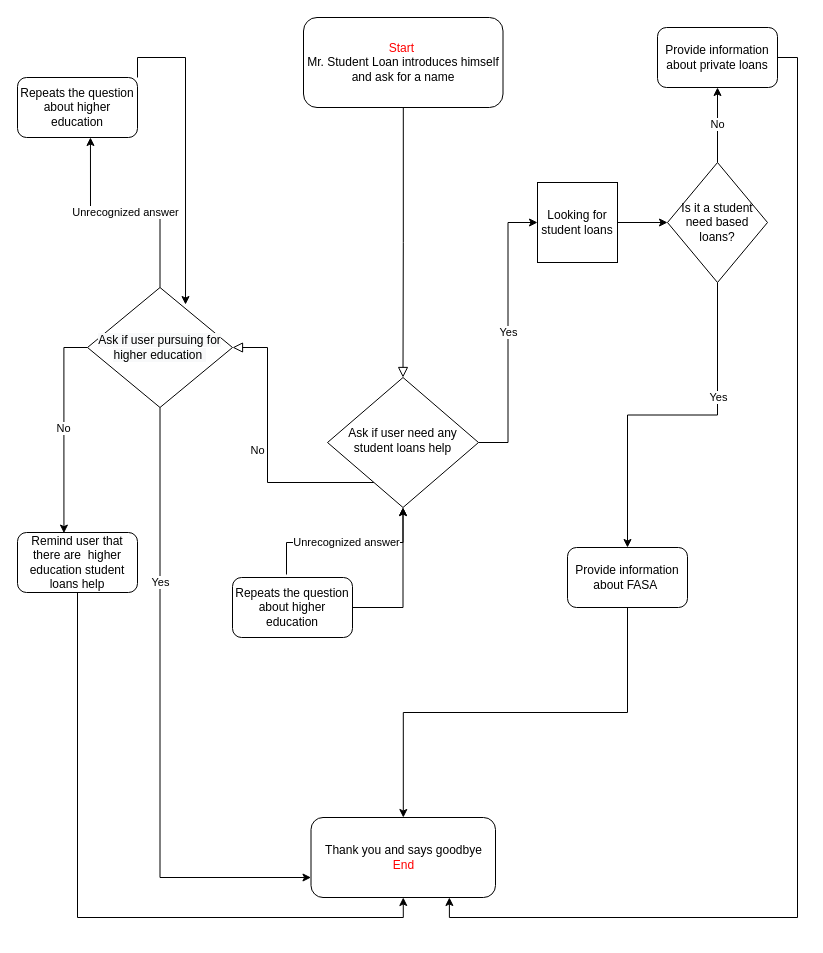
Earlier version of the draw.io diagram Student Loans Diagram.drawio (dennisorellana2/Big_Data). Source tidied: cells renumbered, new cells numbered last; positions are measured from the earlier drawing's top-left corner, leaving out a move shared by most shapes. Both pictures are drawn from the tidied source at 100%, with x=0, y=0 at pixel (17, 17).
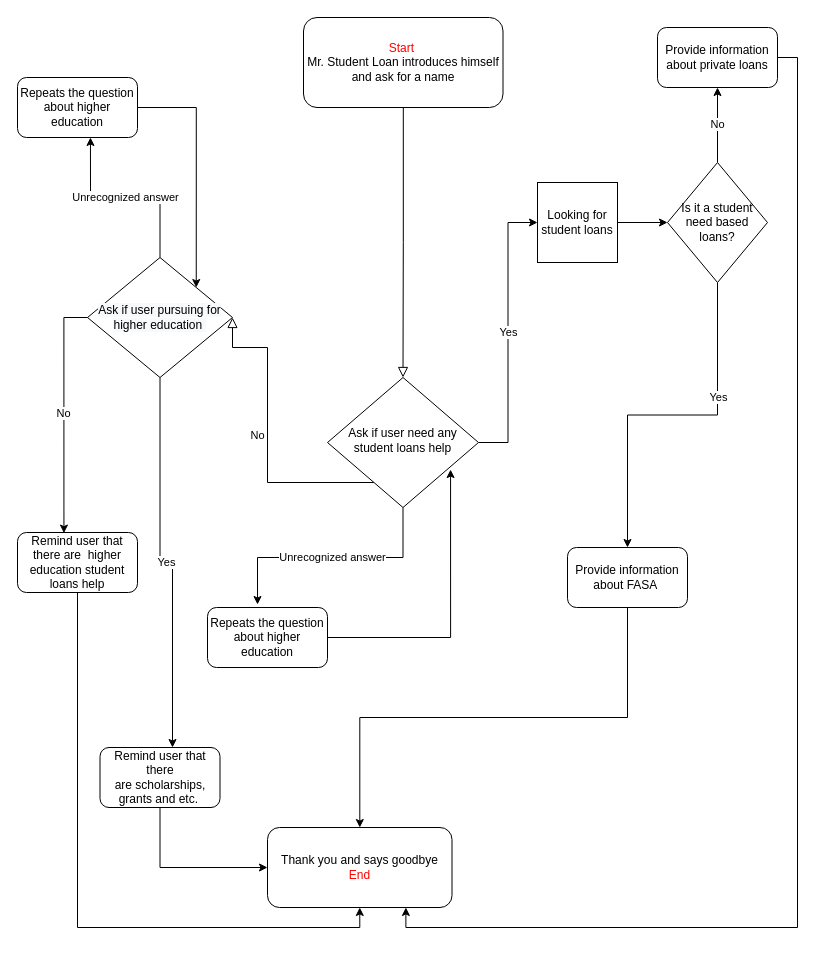
After the change.

Unchanged cells that the change refers to:
```xml
<mxCell id="6" value="Ask if user need any student loans help" style="rhombus;whiteSpace=wrap;html=1;shadow=0;fontFamily=Helvetica;fontSize=12;align=center;strokeWidth=1;spacing=6;spacingTop=-4;" parent="1" vertex="1">
  <mxGeometry x="310" y="360" width="151" height="130" as="geometry" />
</mxCell>
<mxCell id="16" value="Repeats the question about higher education" style="rounded=1;whiteSpace=wrap;html=1;" parent="1" vertex="1">
  <mxGeometry y="60" width="120" height="60" as="geometry" />
</mxCell>
```

Change to the diagram source:
```diff
@@
+    <mxCell id="29" value="&#10;&#10;&lt;span style=&quot;color: rgb(0, 0, 0); font-family: helvetica; font-size: 11px; font-style: normal; font-weight: 400; letter-spacing: normal; text-align: center; text-indent: 0px; text-transform: none; word-spacing: 0px; background-color: rgb(255, 255, 255); display: inline; float: none;&quot;&gt;Unrecognized answer&lt;/span&gt;&#10;&#10;" style="edgeStyle=orthogonalEdgeStyle;rounded=0;jettySize=auto;html=1;exitX=0.5;exitY=1;exitDx=0;exitDy=0;entryX=0.417;entryY=-0.05;entryDx=0;entryDy=0;entryPerimeter=0;" parent="1" edge="1" source="6" target="28">
+      <mxGeometry relative="1" as="geometry" />
+    </mxCell>
@@
     <mxCell id="7" value="Thank you and says goodbye&lt;br&gt;&lt;font color=&quot;#ff0000&quot;&gt;End&lt;/font&gt;" style="rounded=1;whiteSpace=wrap;html=1;" parent="1" vertex="1">
-      <mxGeometry x="293.5" y="800" width="184.5" height="80" as="geometry" />
+      <mxGeometry x="250" y="810" width="184.5" height="80" as="geometry" />
     </mxCell>
@@
-    <mxCell id="12" style="edgeStyle=orthogonalEdgeStyle;rounded=0;jettySize=auto;html=1;exitX=0.5;exitY=1;exitDx=0;exitDy=0;entryX=0;entryY=0.75;entryDx=0;entryDy=0;" parent="1" edge="1" source="14" target="7">
-      <mxGeometry relative="1" as="geometry" />
-    </mxCell>
-    <mxCell id="13" value="Yes" style="edgeLabel;html=1;align=center;verticalAlign=middle;" parent="12" vertex="1">
-      <mxGeometry x="-0.44" relative="1" as="geometry" />
+    <mxCell id="13" value="Yes" style="edgeStyle=orthogonalEdgeStyle;rounded=0;jettySize=auto;html=1;exitX=0.5;exitY=1;exitDx=0;exitDy=0;" parent="1" edge="1" source="14" target="31">
+      <mxGeometry relative="1" as="geometry">
+        <Array as="points">
+          <mxPoint x="143" y="545" />
+          <mxPoint x="155" y="545" />
+        </Array>
+      </mxGeometry>
     </mxCell>
     <mxCell id="14" value="&#10;&#10;&lt;span style=&quot;color: rgb(0, 0, 0); font-family: helvetica; font-size: 12px; font-style: normal; font-weight: 400; letter-spacing: normal; text-align: center; text-indent: 0px; text-transform: none; word-spacing: 0px; background-color: rgb(248, 249, 250); display: inline; float: none;&quot;&gt;Ask if user pursuing for higher education&amp;nbsp;&lt;/span&gt;&#10;&#10;" style="rhombus;whiteSpace=wrap;html=1;" parent="1" vertex="1">
-      <mxGeometry x="70" y="270" width="145" height="120" as="geometry" />
+      <mxGeometry x="70" y="240" width="145" height="120" as="geometry" />
     </mxCell>
-    <mxCell id="15" style="edgeStyle=orthogonalEdgeStyle;rounded=0;jettySize=auto;html=1;exitX=1;exitY=0;exitDx=0;exitDy=0;entryX=0.676;entryY=0.142;entryDx=0;entryDy=0;entryPerimeter=0;" parent="1" edge="1" source="16" target="14">
-      <mxGeometry relative="1" as="geometry">
-        <Array as="points">
-          <mxPoint x="120" y="40" />
-          <mxPoint x="168" y="40" />
-        </Array>
-      </mxGeometry>
+    <mxCell id="15" style="edgeStyle=orthogonalEdgeStyle;rounded=0;jettySize=auto;html=1;exitX=1;exitY=0.5;exitDx=0;exitDy=0;entryX=1;entryY=0;entryDx=0;entryDy=0;" parent="1" edge="1" source="16" target="14">
+      <mxGeometry relative="1" as="geometry" />
     </mxCell>
@@
-    <mxCell id="27" style="edgeStyle=orthogonalEdgeStyle;rounded=0;jettySize=auto;html=1;exitX=1;exitY=0.5;exitDx=0;exitDy=0;" parent="1" edge="1" source="28" target="6">
+    <mxCell id="27" style="edgeStyle=orthogonalEdgeStyle;rounded=0;jettySize=auto;html=1;exitX=1;exitY=0.5;exitDx=0;exitDy=0;entryX=0.815;entryY=0.708;entryDx=0;entryDy=0;entryPerimeter=0;" parent="1" edge="1" source="28" target="6">
       <mxGeometry relative="1" as="geometry" />
     </mxCell>
     <mxCell id="28" value="Repeats the question about higher education" style="rounded=1;whiteSpace=wrap;html=1;" parent="1" vertex="1">
-      <mxGeometry x="215" y="560" width="120" height="60" as="geometry" />
+      <mxGeometry x="190" y="590" width="120" height="60" as="geometry" />
     </mxCell>
-    <mxCell id="29" value="Unrecognized answer" style="edgeStyle=orthogonalEdgeStyle;rounded=0;jettySize=auto;html=1;exitX=0.45;exitY=-0.05;exitDx=0;exitDy=0;entryX=0.5;entryY=1;entryDx=0;entryDy=0;exitPerimeter=0;" parent="1" edge="1" source="28" target="6">
-      <mxGeometry relative="1" as="geometry" />
-    </mxCell>
+    <mxCell id="30" style="edgeStyle=orthogonalEdgeStyle;rounded=0;jettySize=auto;html=1;exitX=0.5;exitY=1;exitDx=0;exitDy=0;entryX=0;entryY=0.5;entryDx=0;entryDy=0;" parent="1" edge="1" source="31" target="7">
+      <mxGeometry relative="1" as="geometry" />
+    </mxCell>
+    <mxCell id="31" value="Remind user that there are&amp;nbsp;scholarships, grants and etc.&amp;nbsp;" style="rounded=1;whiteSpace=wrap;html=1;" parent="1" vertex="1">
+      <mxGeometry x="82.5" y="730" width="120" height="60" as="geometry" />
+    </mxCell>
```
